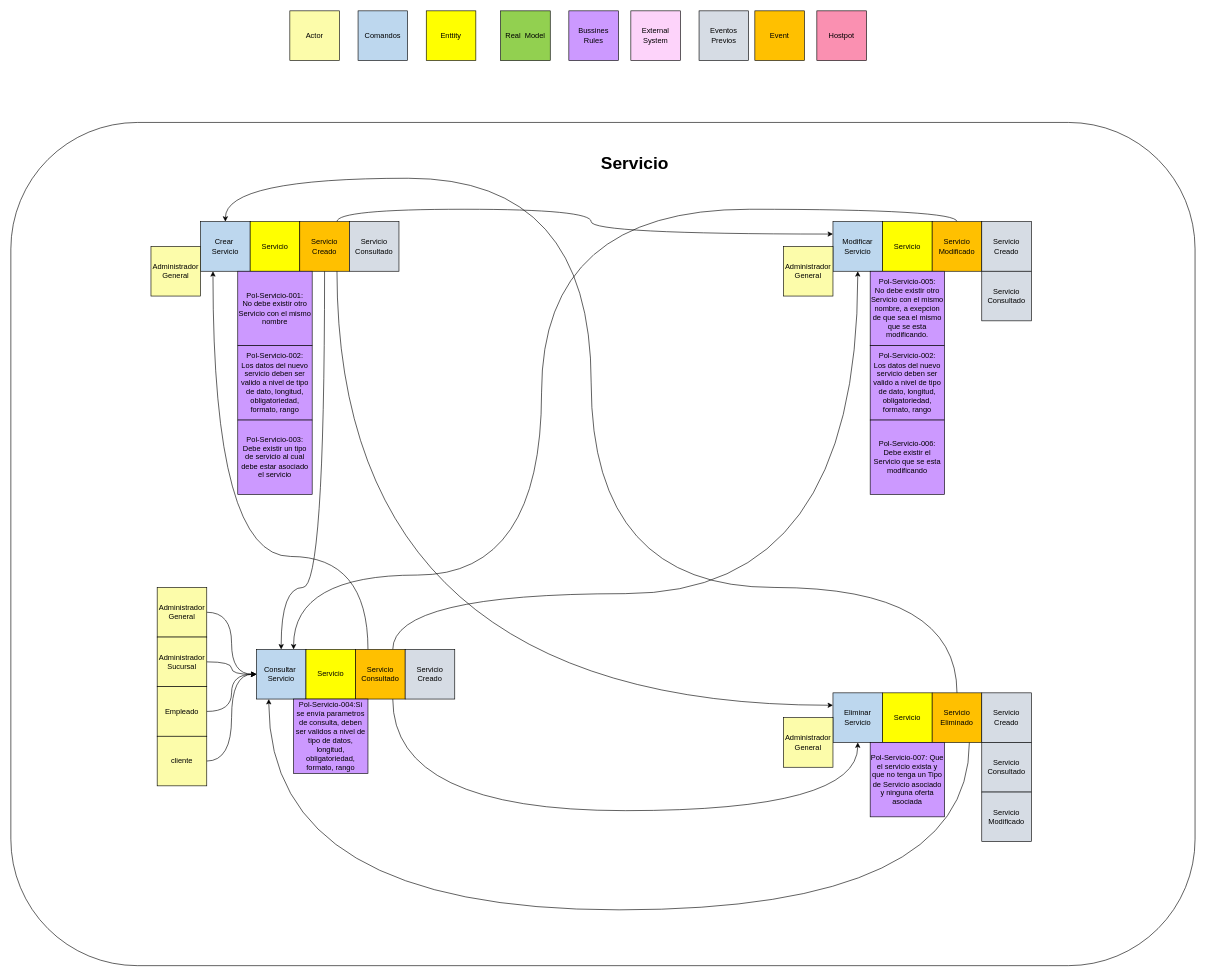
Before: page "Servicio-Event Storming" (3 of 4) of SpaOnline/EventStorming/Servicios-Event Storming.drawio in cristianospina/DOO, a draw.io diagram. Source tidied: cells renumbered, new cells numbered last; positions are measured from the earlier drawing's top-left corner, leaving out a move shared by most shapes. Both pictures are drawn from the tidied source at 62%, with x=0, y=0 at pixel (11, 11).
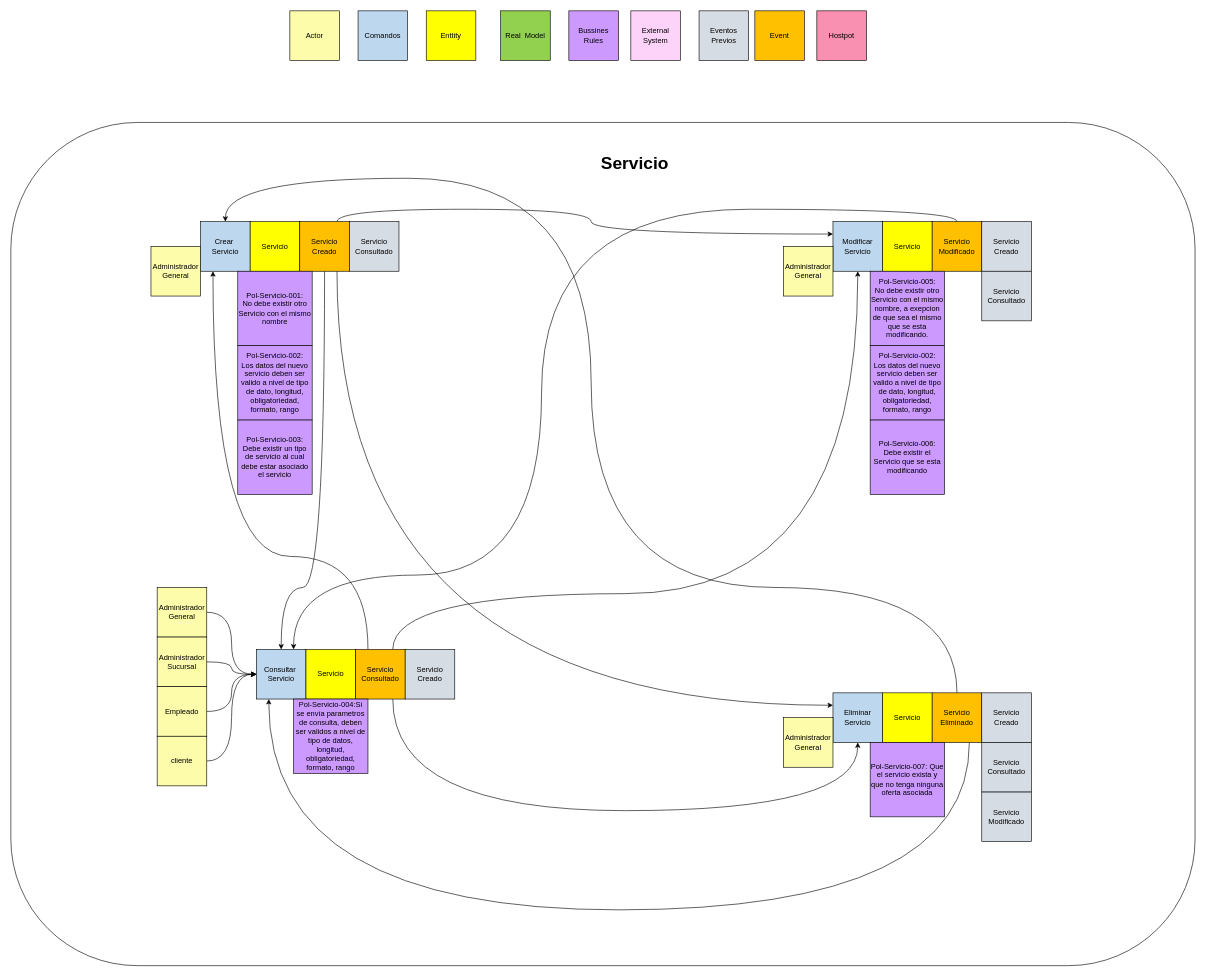
The same page after the edit.

Commit message (it also covers changes not shown here):
Responsabilidades Fabricante-Servicio-Sucursal

The edit, as a diff of the source:
```diff
@@
-    <mxCell id="54" value="Pol-Servicio-007: Que el servicio exista y que no tenga un Tipo de Servicio asociado y ninguna oferta asociada" style="whiteSpace=wrap;html=1;fillColor=#CC99FF;" parent="1" vertex="1">
+    <mxCell id="54" value="Pol-Servicio-007: Que el servicio exista y que no tenga ninguna oferta asociada" style="whiteSpace=wrap;html=1;fillColor=#CC99FF;" parent="1" vertex="1">
       <mxGeometry x="1386" y="1180" width="120" height="120" as="geometry" />
     </mxCell>
```
